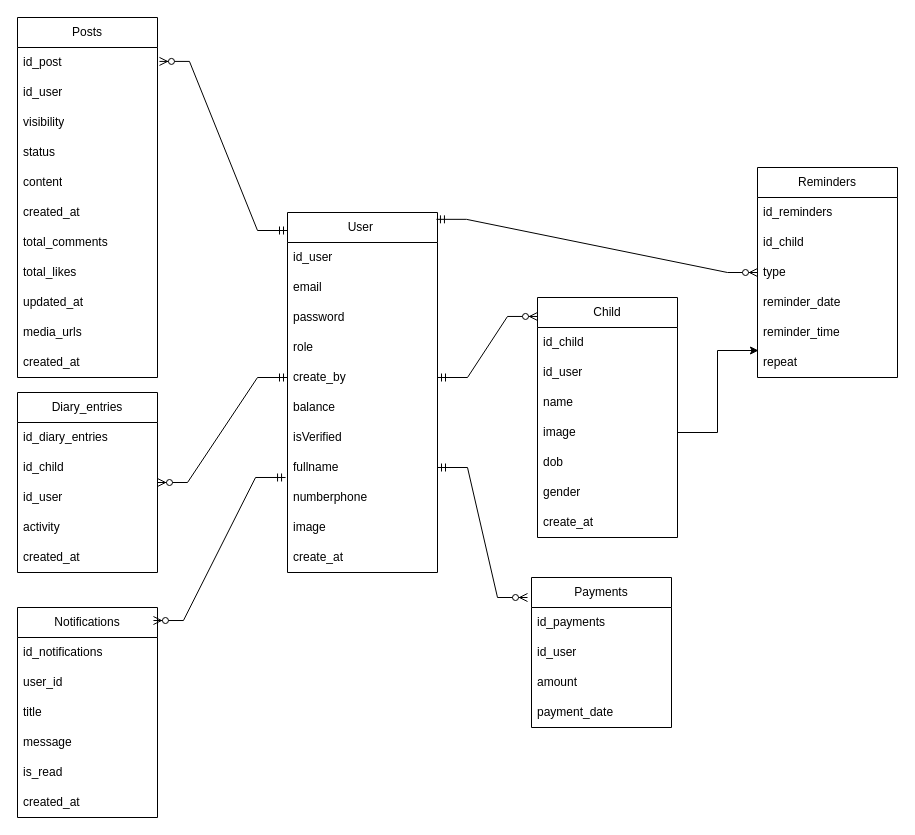
The draw.io diagram F.drawio in NguyenTuanDat187/draw, before the edit. Source tidied: cells renumbered, new cells numbered last; positions are measured from the earlier drawing's top-left corner, leaving out a move shared by most shapes. Both pictures are drawn from the tidied source at 100%, with x=0, y=0 at pixel (-183, 17).
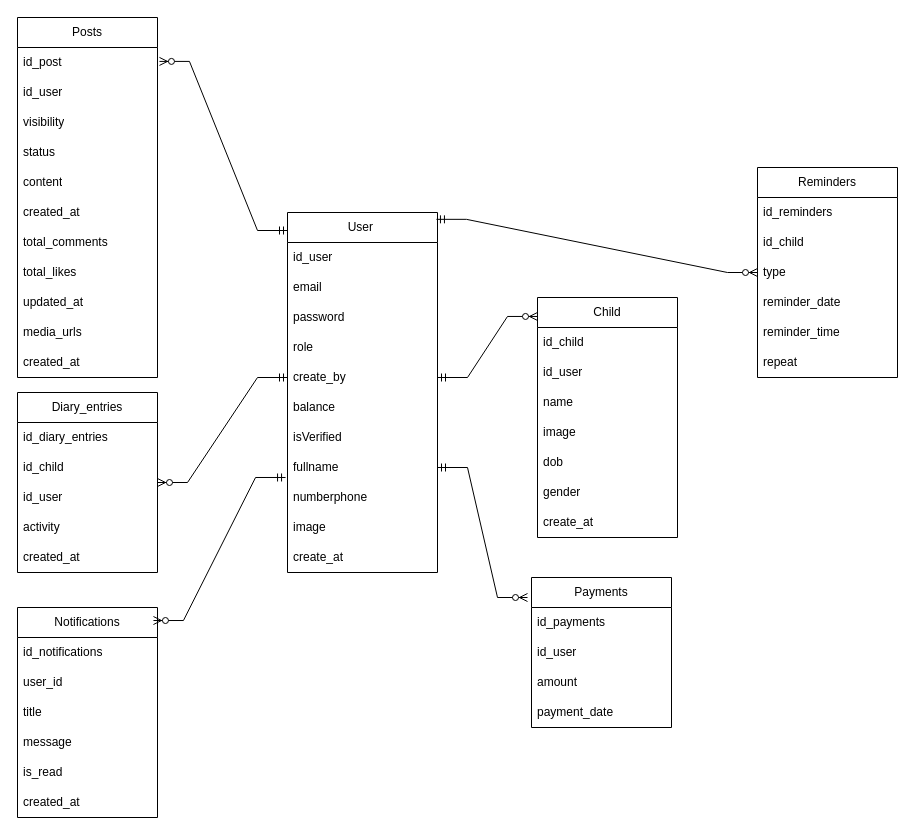
Above is the later version.

Commit message:
Cập nhật F.drawio

Unchanged cells that the change refers to:
```xml
<mxCell id="18" value="image" style="text;strokeColor=none;fillColor=none;align=left;verticalAlign=middle;spacingLeft=4;spacingRight=4;overflow=hidden;points=[[0,0.5],[1,0.5]];portConstraint=eastwest;whiteSpace=wrap;html=1;" parent="14" vertex="1">
  <mxGeometry y="120" width="140" height="30" as="geometry" />
</mxCell>
<mxCell id="28" value="repeat" style="text;strokeColor=none;fillColor=none;align=left;verticalAlign=middle;spacingLeft=4;spacingRight=4;overflow=hidden;points=[[0,0.5],[1,0.5]];portConstraint=eastwest;whiteSpace=wrap;html=1;" parent="22" vertex="1">
  <mxGeometry y="180" width="140" height="30" as="geometry" />
</mxCell>
```

The edit, as a diff of the source:
```diff
@@
-    <mxCell id="65" style="edgeStyle=orthogonalEdgeStyle;rounded=0;jettySize=auto;html=1;entryX=0.007;entryY=0.1;entryDx=0;entryDy=0;entryPerimeter=0;" parent="1" edge="1" source="18" target="28">
-      <mxGeometry relative="1" as="geometry" />
-    </mxCell>
```
